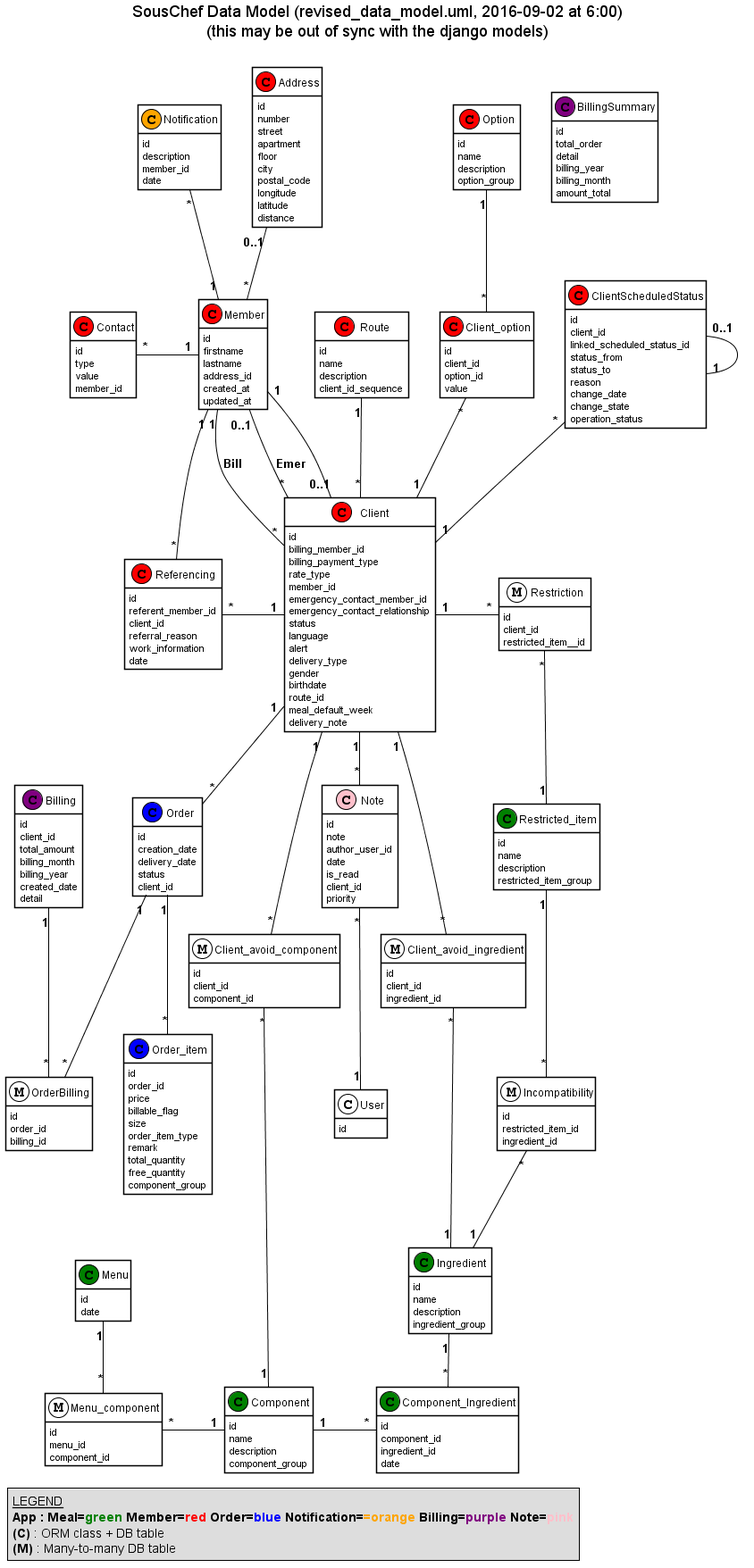
The PlantUML diagram docs/data_model/revised_data_model.png in savoirfairelinux/sous-chef, before a commit.
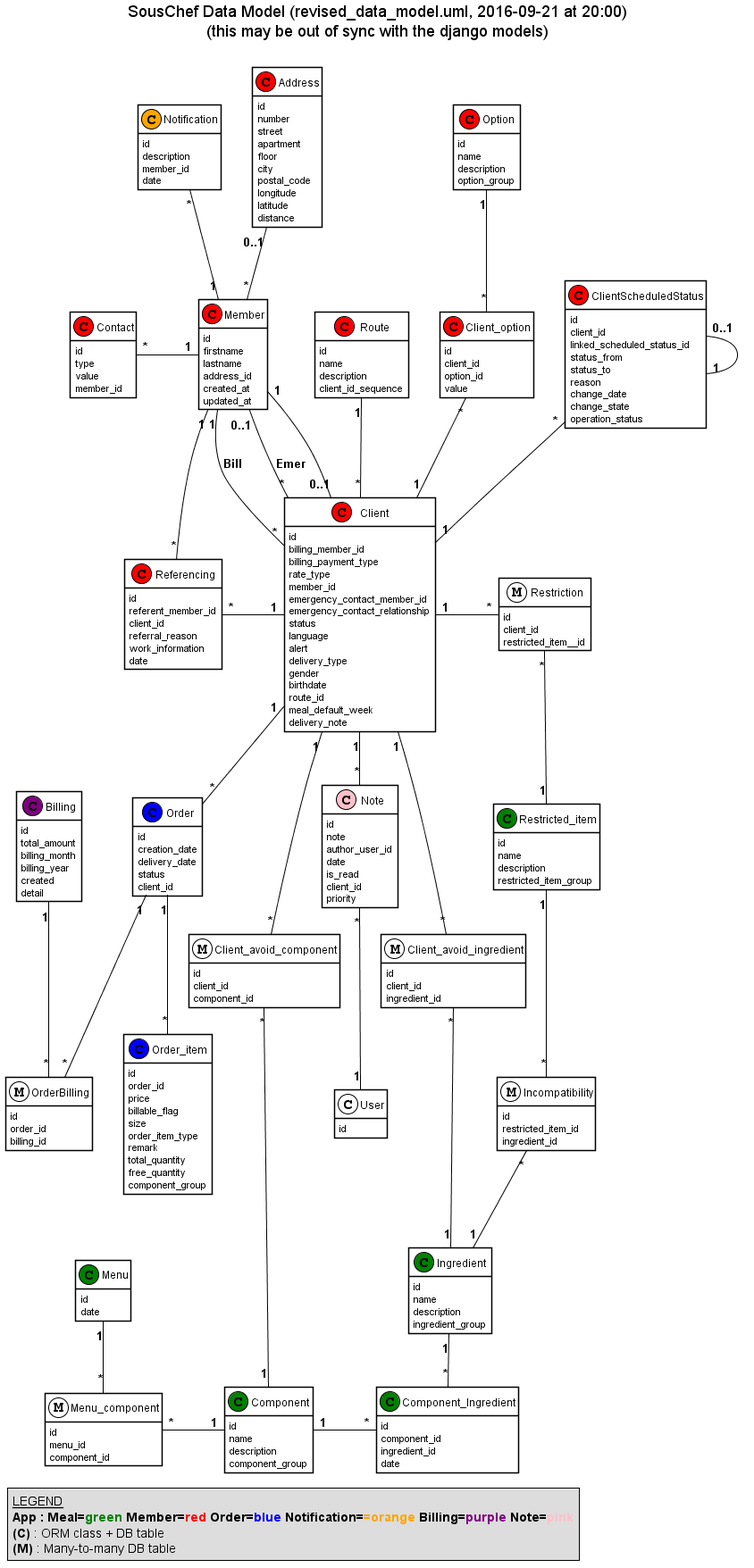
After the commit.

The edit, as a diff of the source:
```diff
@@ -1,6 +1,6 @@
 @startuml
 scale 1.0
-title SousChef Data Model (revised_data_model.uml, 2016-09-02 at 6:00)\n(this may be out of sync with the django models)\n
+title SousChef Data Model (revised_data_model.uml, 2016-09-21 at 20:00)\n(this may be out of sync with the django models)\n
 hide methods
 skinparam shadowing false
 skinparam classArrowColor Black
@@ -64,21 +64,11 @@
 
 class Billing << (C,purple) >> {
     id
-    client_id
     total_amount
     billing_month
     billing_year
-    created_date
+    created
     detail
-}
-
-class BillingSummary << (C,purple) >> {
-    id
-    total_order
-    detail
-    billing_year
-    billing_month
-    amount_total
 }
 
 class Client << (C,red) >> {
```
